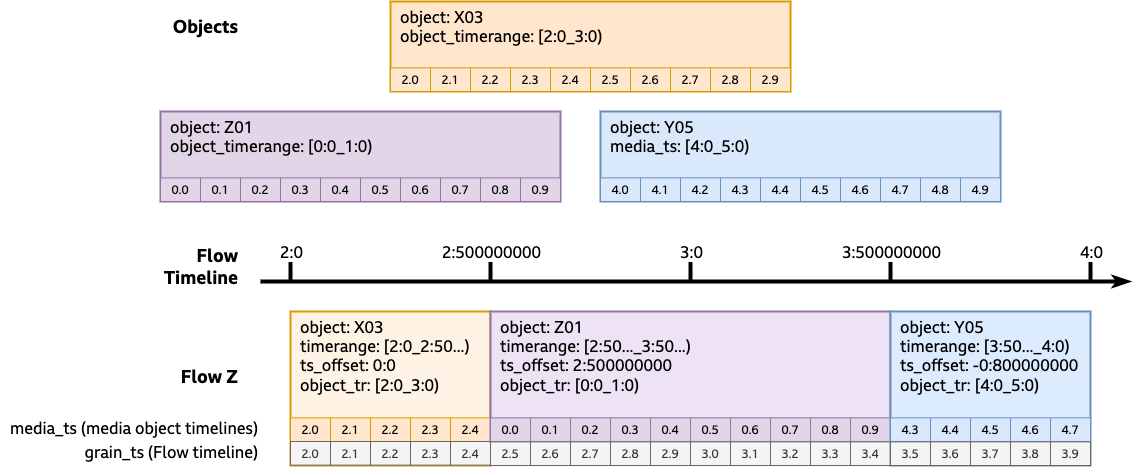
Earlier version of the draw.io export docs/images/Flow and Media Timelines-Flow XYZ-subsegments.drawio.png (bbc/tams). Source tidied: cells renumbered, new cells last; positions are measured from the earlier drawing's top-left corner, leaving out a move shared by most shapes.
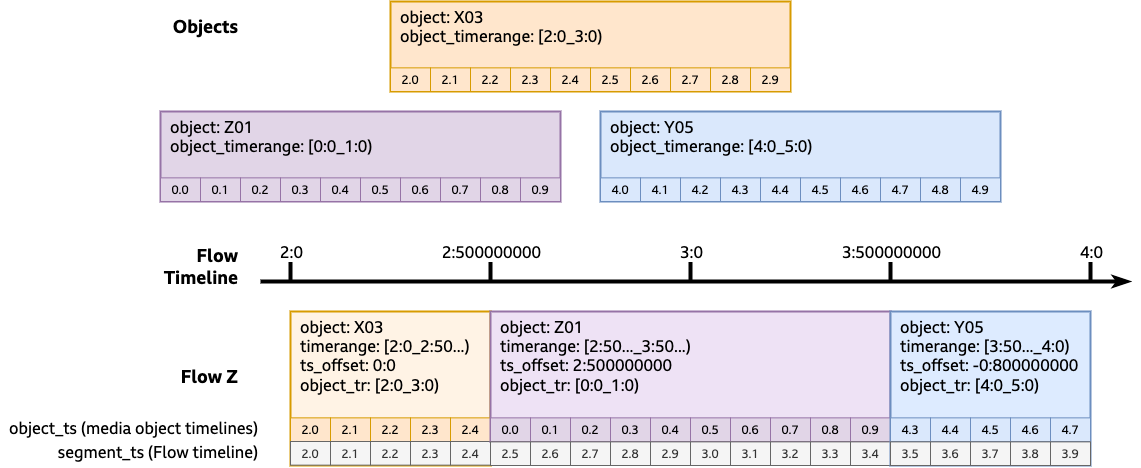
The same file after the commit.

Commit message:
docs: Rework partial segment diagrams

The edit, as a diff of the source:
```diff
@@ -94,7 +94,7 @@
     <mxCell id="24" style="group;fontFamily=BBC Reith Sans;" parent="1" vertex="1">
       <mxGeometry x="600" y="110" width="400" height="90" as="geometry" />
     </mxCell>
-    <mxCell id="25" value="object: Y05&lt;br&gt;media_ts: [4:0_5:0)" style="rounded=0;whiteSpace=wrap;html=1;strokeWidth=2;fontFamily=BBC Reith Sans;fontSize=16;verticalAlign=top;align=left;spacingLeft=8;fillColor=#dae8fc;strokeColor=#6c8ebf;" parent="24" vertex="1">
+    <mxCell id="25" value="object: Y05&lt;br&gt;object_timerange: [4:0_5:0)" style="rounded=0;whiteSpace=wrap;html=1;strokeWidth=2;fontFamily=BBC Reith Sans;fontSize=16;verticalAlign=top;align=left;spacingLeft=8;fillColor=#dae8fc;strokeColor=#6c8ebf;" parent="24" vertex="1">
       <mxGeometry width="400" height="90" as="geometry" />
     </mxCell>
     <mxCell id="26" value="4.0" style="rounded=0;whiteSpace=wrap;html=1;fillColor=#dae8fc;strokeColor=#6c8ebf;fillStyle=solid;fontFamily=BBC Reith Sans;" parent="24" vertex="1">
@@ -327,10 +327,10 @@
     <mxCell id="100" value="Objects" style="text;html=1;strokeColor=none;fillColor=none;align=right;verticalAlign=middle;whiteSpace=wrap;rounded=0;fontFamily=BBC Reith Sans;fontSize=18;fontStyle=1;" parent="1" vertex="1">
       <mxGeometry x="160" y="10" width="80" height="30" as="geometry" />
     </mxCell>
-    <mxCell id="101" value="media_ts (media object timelines)" style="text;html=1;strokeColor=none;fillColor=none;align=right;verticalAlign=middle;whiteSpace=wrap;rounded=0;fontFamily=BBC Reith Sans;fontSize=16;fontStyle=0;" parent="1" vertex="1">
+    <mxCell id="101" value="object_ts (media object timelines)" style="text;html=1;strokeColor=none;fillColor=none;align=right;verticalAlign=middle;whiteSpace=wrap;rounded=0;fontFamily=BBC Reith Sans;fontSize=16;fontStyle=0;" parent="1" vertex="1">
       <mxGeometry y="412" width="260" height="30" as="geometry" />
     </mxCell>
-    <mxCell id="102" value="grain_ts (Flow timeline)" style="text;html=1;strokeColor=none;fillColor=none;align=right;verticalAlign=middle;whiteSpace=wrap;rounded=0;fontFamily=BBC Reith Sans;fontSize=16;fontStyle=0;" parent="1" vertex="1">
+    <mxCell id="102" value="segment_ts (Flow timeline)" style="text;html=1;strokeColor=none;fillColor=none;align=right;verticalAlign=middle;whiteSpace=wrap;rounded=0;fontFamily=BBC Reith Sans;fontSize=16;fontStyle=0;" parent="1" vertex="1">
       <mxGeometry x="50" y="436" width="210" height="30" as="geometry" />
     </mxCell>
   </root>
```
